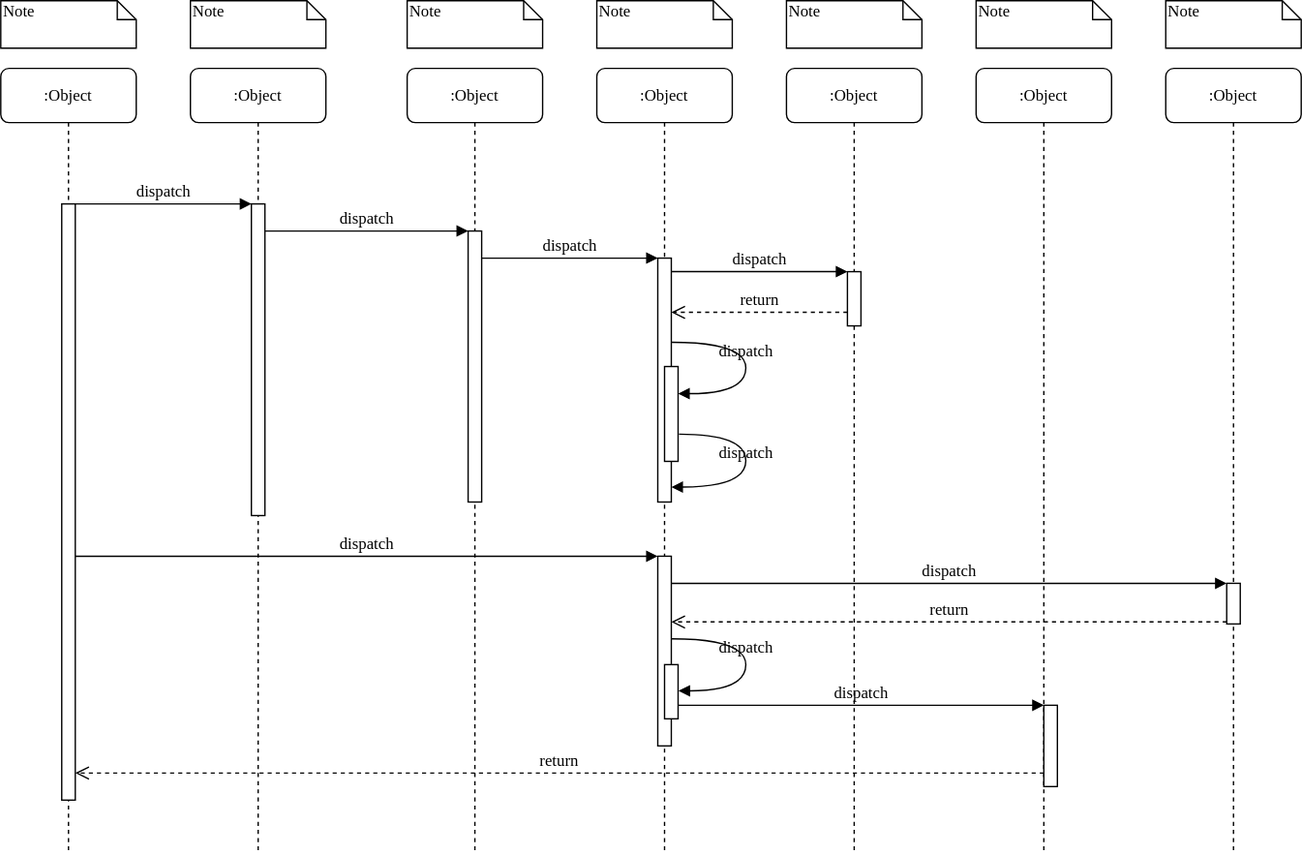
Before: Onboarding.svg, a diagram exported from draw.io (sundarvc/sequence-diagrams). Source tidied: cells renumbered, new cells last; positions are measured from the earlier drawing's top-left corner, leaving out a move shared by most shapes.
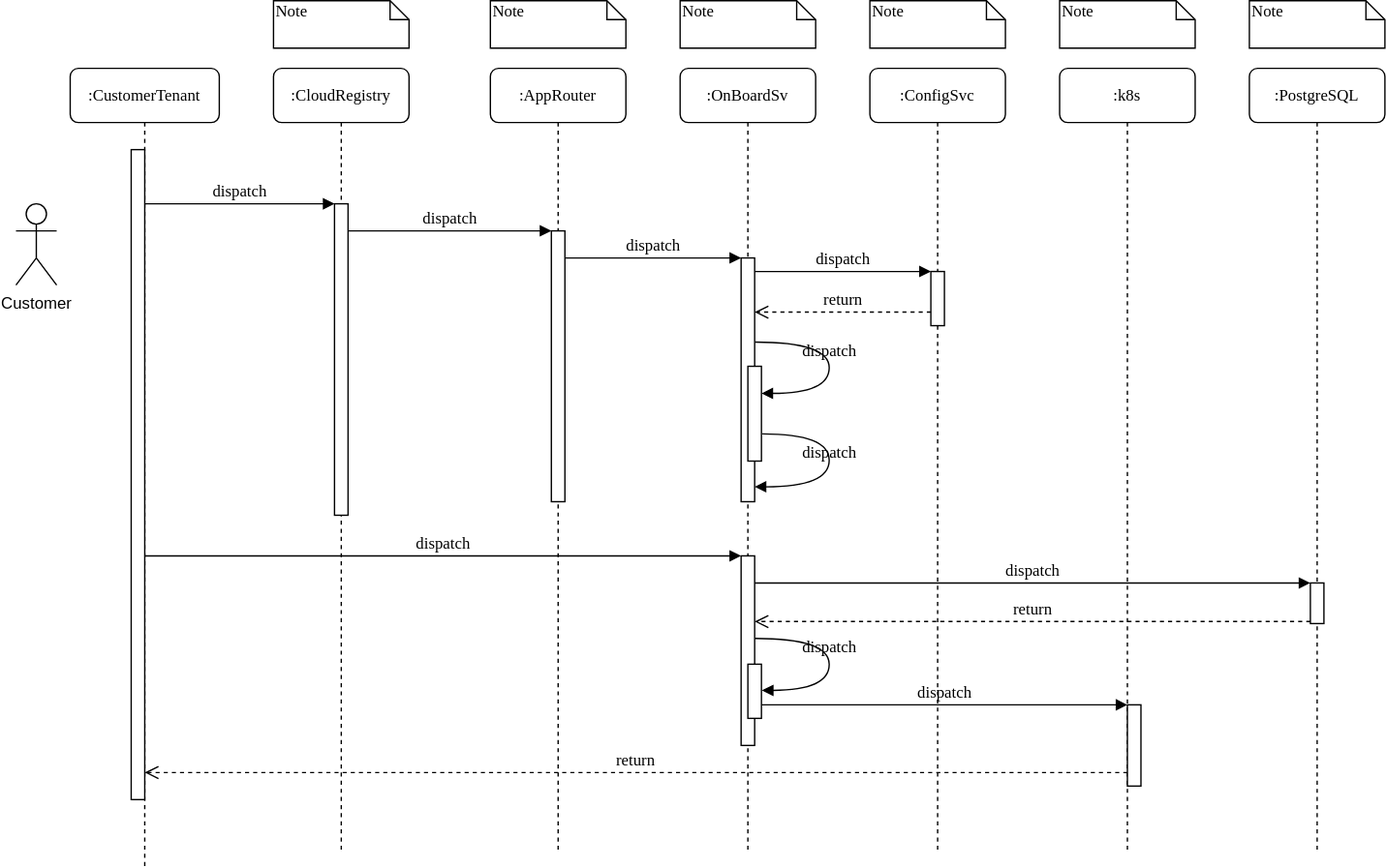
Above is the later version.

Change to the diagram source:
```diff
@@ -2,35 +2,35 @@
   <root>
     <mxCell id="0" />
     <mxCell id="1" parent="0" />
-    <mxCell id="2" value=":Object" style="shape=umlLifeline;perimeter=lifelinePerimeter;whiteSpace=wrap;html=1;rounded=1;shadow=0;comic=0;labelBackgroundColor=none;strokeWidth=1;fontFamily=Verdana;fontSize=12;align=center;" parent="1" vertex="1">
+    <mxCell id="2" value=":CloudRegistry" style="shape=umlLifeline;perimeter=lifelinePerimeter;whiteSpace=wrap;html=1;rounded=1;shadow=0;comic=0;labelBackgroundColor=none;strokeWidth=1;fontFamily=Verdana;fontSize=12;align=center;" parent="1" vertex="1">
       <mxGeometry x="140" y="50" width="100" height="580" as="geometry" />
     </mxCell>
     <mxCell id="3" style="html=1;points=[];perimeter=orthogonalPerimeter;rounded=0;shadow=0;comic=0;labelBackgroundColor=none;strokeWidth=1;fontFamily=Verdana;fontSize=12;align=center;" parent="2" vertex="1">
       <mxGeometry x="45" y="100" width="10" height="230" as="geometry" />
     </mxCell>
-    <mxCell id="4" value=":Object" style="shape=umlLifeline;perimeter=lifelinePerimeter;whiteSpace=wrap;html=1;rounded=1;shadow=0;comic=0;labelBackgroundColor=none;strokeWidth=1;fontFamily=Verdana;fontSize=12;align=center;" parent="1" vertex="1">
+    <mxCell id="4" value=":AppRouter" style="shape=umlLifeline;perimeter=lifelinePerimeter;whiteSpace=wrap;html=1;rounded=1;shadow=0;comic=0;labelBackgroundColor=none;strokeWidth=1;fontFamily=Verdana;fontSize=12;align=center;" parent="1" vertex="1">
       <mxGeometry x="300" y="50" width="100" height="580" as="geometry" />
     </mxCell>
     <mxCell id="5" style="html=1;points=[];perimeter=orthogonalPerimeter;rounded=0;shadow=0;comic=0;labelBackgroundColor=none;strokeWidth=1;fontFamily=Verdana;fontSize=12;align=center;" parent="4" vertex="1">
       <mxGeometry x="45" y="120" width="10" height="200" as="geometry" />
     </mxCell>
-    <mxCell id="6" value=":Object" style="shape=umlLifeline;perimeter=lifelinePerimeter;whiteSpace=wrap;html=1;rounded=1;shadow=0;comic=0;labelBackgroundColor=none;strokeWidth=1;fontFamily=Verdana;fontSize=12;align=center;" parent="1" vertex="1">
+    <mxCell id="6" value=":OnBoardSv" style="shape=umlLifeline;perimeter=lifelinePerimeter;whiteSpace=wrap;html=1;rounded=1;shadow=0;comic=0;labelBackgroundColor=none;strokeWidth=1;fontFamily=Verdana;fontSize=12;align=center;" parent="1" vertex="1">
       <mxGeometry x="440" y="50" width="100" height="580" as="geometry" />
     </mxCell>
-    <mxCell id="7" value=":Object" style="shape=umlLifeline;perimeter=lifelinePerimeter;whiteSpace=wrap;html=1;rounded=1;shadow=0;comic=0;labelBackgroundColor=none;strokeWidth=1;fontFamily=Verdana;fontSize=12;align=center;" parent="1" vertex="1">
+    <mxCell id="7" value=":ConfigSvc" style="shape=umlLifeline;perimeter=lifelinePerimeter;whiteSpace=wrap;html=1;rounded=1;shadow=0;comic=0;labelBackgroundColor=none;strokeWidth=1;fontFamily=Verdana;fontSize=12;align=center;" parent="1" vertex="1">
       <mxGeometry x="580" y="50" width="100" height="580" as="geometry" />
     </mxCell>
-    <mxCell id="8" value=":Object" style="shape=umlLifeline;perimeter=lifelinePerimeter;whiteSpace=wrap;html=1;rounded=1;shadow=0;comic=0;labelBackgroundColor=none;strokeWidth=1;fontFamily=Verdana;fontSize=12;align=center;" parent="1" vertex="1">
+    <mxCell id="8" value=":k8s" style="shape=umlLifeline;perimeter=lifelinePerimeter;whiteSpace=wrap;html=1;rounded=1;shadow=0;comic=0;labelBackgroundColor=none;strokeWidth=1;fontFamily=Verdana;fontSize=12;align=center;" parent="1" vertex="1">
       <mxGeometry x="720" y="50" width="100" height="580" as="geometry" />
     </mxCell>
-    <mxCell id="9" value=":Object" style="shape=umlLifeline;perimeter=lifelinePerimeter;whiteSpace=wrap;html=1;rounded=1;shadow=0;comic=0;labelBackgroundColor=none;strokeWidth=1;fontFamily=Verdana;fontSize=12;align=center;" parent="1" vertex="1">
+    <mxCell id="9" value=":PostgreSQL" style="shape=umlLifeline;perimeter=lifelinePerimeter;whiteSpace=wrap;html=1;rounded=1;shadow=0;comic=0;labelBackgroundColor=none;strokeWidth=1;fontFamily=Verdana;fontSize=12;align=center;" parent="1" vertex="1">
       <mxGeometry x="860" y="50" width="100" height="580" as="geometry" />
     </mxCell>
-    <mxCell id="10" value=":Object" style="shape=umlLifeline;perimeter=lifelinePerimeter;whiteSpace=wrap;html=1;rounded=1;shadow=0;comic=0;labelBackgroundColor=none;strokeWidth=1;fontFamily=Verdana;fontSize=12;align=center;" parent="1" vertex="1">
-      <mxGeometry y="50" width="100" height="580" as="geometry" />
+    <mxCell id="10" value=":CustomerTenant" style="shape=umlLifeline;perimeter=lifelinePerimeter;whiteSpace=wrap;html=1;rounded=1;shadow=0;comic=0;labelBackgroundColor=none;strokeWidth=1;fontFamily=Verdana;fontSize=12;align=center;size=40;" parent="1" vertex="1">
+      <mxGeometry x="-10" y="50" width="110" height="590" as="geometry" />
     </mxCell>
     <mxCell id="11" style="html=1;points=[];perimeter=orthogonalPerimeter;rounded=0;shadow=0;comic=0;labelBackgroundColor=none;strokeWidth=1;fontFamily=Verdana;fontSize=12;align=center;" parent="10" vertex="1">
-      <mxGeometry x="45" y="100" width="10" height="440" as="geometry" />
+      <mxGeometry x="45" y="60" width="10" height="480" as="geometry" />
     </mxCell>
     <mxCell id="12" style="html=1;points=[];perimeter=orthogonalPerimeter;rounded=0;shadow=0;comic=0;labelBackgroundColor=none;strokeWidth=1;fontFamily=Verdana;fontSize=12;align=center;" parent="1" vertex="1">
       <mxGeometry x="485" y="190" width="10" height="180" as="geometry" />
@@ -123,9 +123,6 @@
         </Array>
       </mxGeometry>
     </mxCell>
-    <mxCell id="32" value="Note" style="shape=note;whiteSpace=wrap;html=1;size=14;verticalAlign=top;align=left;spacingTop=-6;rounded=0;shadow=0;comic=0;labelBackgroundColor=none;strokeWidth=1;fontFamily=Verdana;fontSize=12;" parent="1" vertex="1">
-      <mxGeometry width="100" height="35" as="geometry" />
-    </mxCell>
     <mxCell id="33" value="Note" style="shape=note;whiteSpace=wrap;html=1;size=14;verticalAlign=top;align=left;spacingTop=-6;rounded=0;shadow=0;comic=0;labelBackgroundColor=none;strokeWidth=1;fontFamily=Verdana;fontSize=12;" parent="1" vertex="1">
       <mxGeometry x="140" width="100" height="35" as="geometry" />
     </mxCell>
@@ -144,5 +141,8 @@
     <mxCell id="38" value="Note" style="shape=note;whiteSpace=wrap;html=1;size=14;verticalAlign=top;align=left;spacingTop=-6;rounded=0;shadow=0;comic=0;labelBackgroundColor=none;strokeWidth=1;fontFamily=Verdana;fontSize=12;" parent="1" vertex="1">
       <mxGeometry x="860" width="100" height="35" as="geometry" />
     </mxCell>
+    <mxCell id="39" value="Customer" style="shape=umlActor;verticalLabelPosition=bottom;verticalAlign=top;html=1;" parent="1" vertex="1">
+      <mxGeometry x="-50" y="150" width="30" height="60" as="geometry" />
+    </mxCell>
   </root>
 </mxGraphModel>
```
